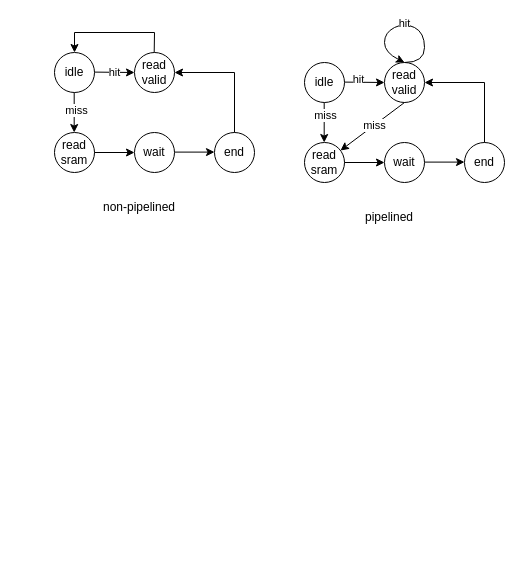
DavidZyy/drawio_repo keeps this draw.io diagram as cpu.drawio. Above is the earlier version. Source tidied: cells renumbered, new cells numbered last; positions are measured from the earlier drawing's top-left corner, leaving out a move shared by most shapes. Both pictures are drawn from the tidied source at 100%, with x=0, y=0 at pixel (54, 22).
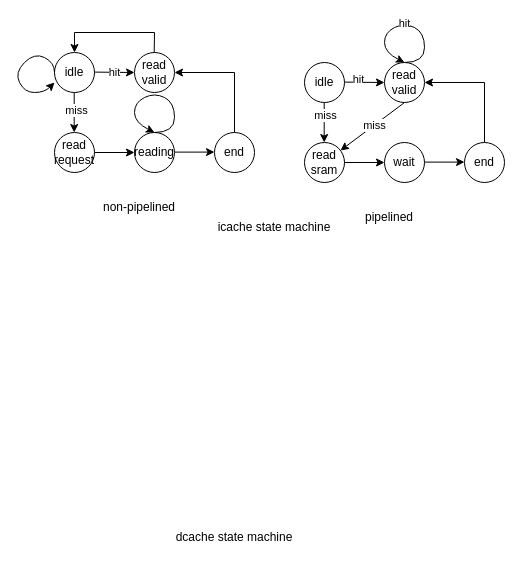
The same page after the edit.

Commit message:
Update cpu.drawio icache state machine

Unchanged cells that the change refers to:
```xml
<mxCell id="2" value="idle" style="ellipse;whiteSpace=wrap;html=1;" parent="1" vertex="1">
  <mxGeometry y="30" width="40" height="40" as="geometry" />
</mxCell>
```

Change to the diagram source:
```diff
@@
-    <mxCell id="4" value="read sram" style="ellipse;whiteSpace=wrap;html=1;" parent="1" vertex="1">
+    <mxCell id="4" value="read request" style="ellipse;whiteSpace=wrap;html=1;" parent="1" vertex="1">
       <mxGeometry y="110" width="40" height="40" as="geometry" />
     </mxCell>
-    <mxCell id="5" value="wait" style="ellipse;whiteSpace=wrap;html=1;" parent="1" vertex="1">
+    <mxCell id="5" value="reading" style="ellipse;whiteSpace=wrap;html=1;" parent="1" vertex="1">
       <mxGeometry x="80" y="110" width="40" height="40" as="geometry" />
     </mxCell>
@@
+    <mxCell id="33" value="icache state machine" style="text;strokeColor=none;align=center;fillColor=none;html=1;verticalAlign=middle;whiteSpace=wrap;rounded=0;" parent="1" vertex="1">
+      <mxGeometry x="160" y="190" width="120" height="30" as="geometry" />
+    </mxCell>
+    <mxCell id="34" style="curved=1;endArrow=classic;html=1;rounded=0;exitX=0;exitY=0.5;exitDx=0;exitDy=0;" parent="1" edge="1" source="2">
+      <mxGeometry relative="1" as="geometry">
+        <mxPoint y="60" as="targetPoint" />
+        <Array as="points">
+          <mxPoint y="40" />
+          <mxPoint x="-20" y="30" />
+          <mxPoint x="-40" y="50" />
+          <mxPoint x="-30" y="70" />
+          <mxPoint x="-10" y="70" />
+        </Array>
+      </mxGeometry>
+    </mxCell>
+    <mxCell id="35" style="curved=1;endArrow=classic;html=1;rounded=0;exitX=0.5;exitY=0;exitDx=0;exitDy=0;" parent="1" edge="1">
+      <mxGeometry relative="1" as="geometry">
+        <mxPoint x="100" y="110" as="sourcePoint" />
+        <mxPoint x="100" y="110" as="targetPoint" />
+        <Array as="points">
+          <mxPoint x="120" y="110" />
+          <mxPoint x="120" y="80" />
+          <mxPoint x="100" y="70" />
+          <mxPoint x="80" y="80" />
+          <mxPoint x="80" y="100" />
+        </Array>
+      </mxGeometry>
+    </mxCell>
+    <mxCell id="36" value="dcache state machine" style="text;strokeColor=none;align=center;fillColor=none;html=1;verticalAlign=middle;whiteSpace=wrap;rounded=0;" parent="1" vertex="1">
+      <mxGeometry x="45" y="500" width="270" height="30" as="geometry" />
+    </mxCell>
```
